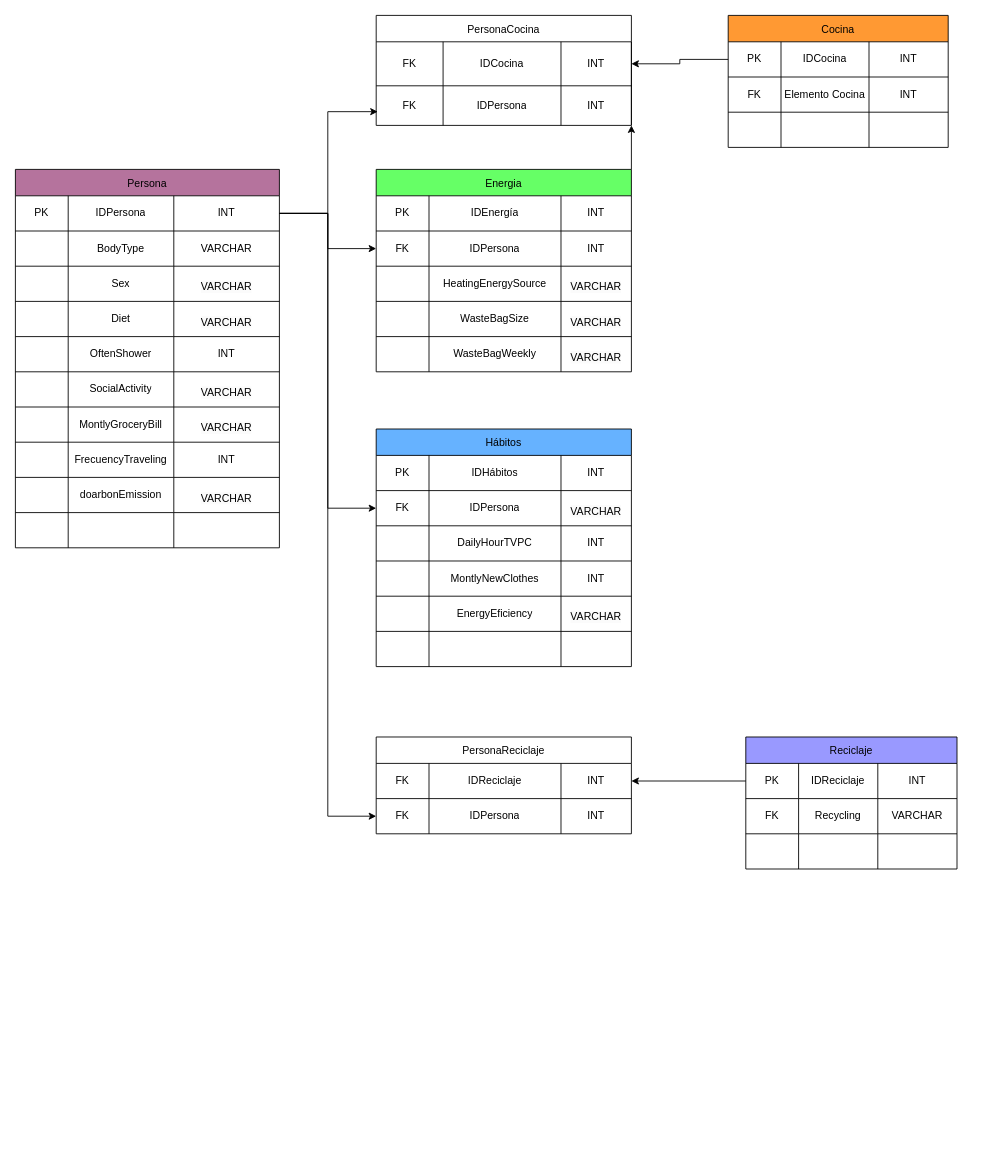
The draw.io diagram Diagrama sin título.drawio in ValentRodriguez/Bases, before the edit. Source tidied: cells renumbered, new cells numbered last; positions are measured from the earlier drawing's top-left corner, leaving out a move shared by most shapes. Both pictures are drawn from the tidied source at 88%, with x=0, y=0 at pixel (15, 15).
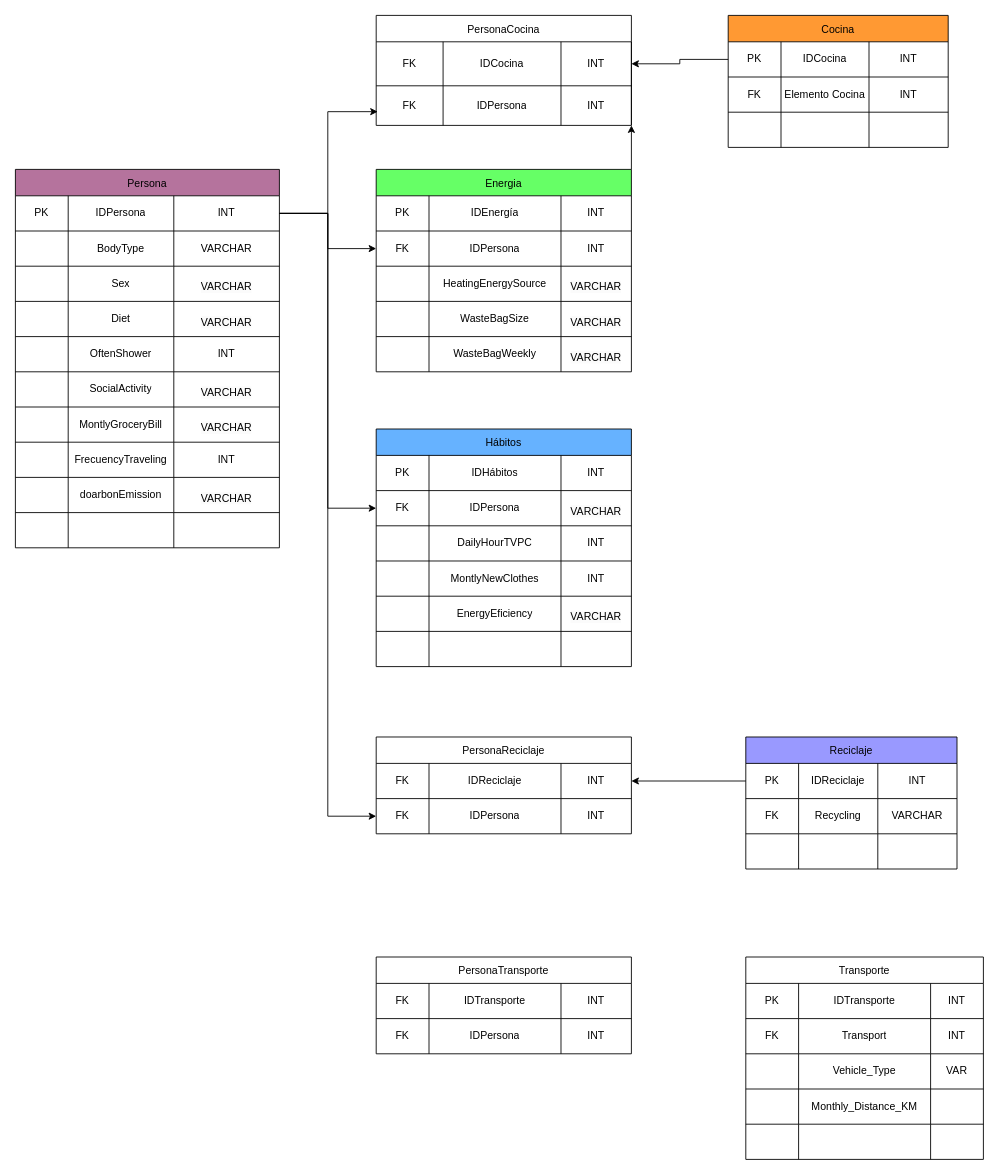
The same diagram, later.

Change to the diagram source:
```diff
@@
+    <mxCell id="141" value="PersonaTransporte" style="shape=table;startSize=30;childLayout=tableLayout;" parent="1" vertex="1">
+      <mxGeometry x="410" y="1070" width="290" height="110" as="geometry" />
+    </mxCell>
+    <mxCell id="142" style="shape=tableRow;horizontal=0;startSize=0;swimlaneHead=0;swimlaneBody=0;strokeColor=inherit;top=0;left=0;bottom=0;right=0;fillColor=none;" parent="141" vertex="1">
+      <mxGeometry y="30" width="290" height="40" as="geometry" />
+    </mxCell>
+    <mxCell id="143" value="FK" style="shape=partialRectangle;html=1;whiteSpace=wrap;strokeColor=inherit;overflow=hidden;fillColor=none;top=0;left=0;bottom=0;right=0;" parent="142" vertex="1">
+      <mxGeometry width="60" height="40" as="geometry" />
+    </mxCell>
+    <mxCell id="144" value="IDTransporte" style="shape=partialRectangle;html=1;whiteSpace=wrap;strokeColor=inherit;overflow=hidden;fillColor=none;top=0;left=0;bottom=0;right=0;" parent="142" vertex="1">
+      <mxGeometry x="60" width="150" height="40" as="geometry" />
+    </mxCell>
+    <mxCell id="145" value="INT" style="shape=partialRectangle;html=1;whiteSpace=wrap;strokeColor=inherit;overflow=hidden;fillColor=none;top=0;left=0;bottom=0;right=0;" parent="142" vertex="1">
+      <mxGeometry x="210" width="80" height="40" as="geometry" />
+    </mxCell>
+    <mxCell id="146" style="shape=tableRow;horizontal=0;startSize=0;swimlaneHead=0;swimlaneBody=0;strokeColor=inherit;top=0;left=0;bottom=0;right=0;fillColor=none;" parent="141" vertex="1">
+      <mxGeometry y="70" width="290" height="40" as="geometry" />
+    </mxCell>
+    <mxCell id="147" value="FK" style="shape=partialRectangle;html=1;whiteSpace=wrap;strokeColor=inherit;overflow=hidden;fillColor=none;top=0;left=0;bottom=0;right=0;" parent="146" vertex="1">
+      <mxGeometry width="60" height="40" as="geometry" />
+    </mxCell>
+    <mxCell id="148" value="IDPersona" style="shape=partialRectangle;html=1;whiteSpace=wrap;strokeColor=inherit;overflow=hidden;fillColor=none;top=0;left=0;bottom=0;right=0;" parent="146" vertex="1">
+      <mxGeometry x="60" width="150" height="40" as="geometry" />
+    </mxCell>
+    <mxCell id="149" value="INT" style="shape=partialRectangle;html=1;whiteSpace=wrap;strokeColor=inherit;overflow=hidden;fillColor=none;top=0;left=0;bottom=0;right=0;" parent="146" vertex="1">
+      <mxGeometry x="210" width="80" height="40" as="geometry" />
+    </mxCell>
+    <mxCell id="150" value="Transporte" style="shape=table;startSize=30;childLayout=tableLayout;" parent="1" vertex="1">
+      <mxGeometry x="830" y="1070" width="270" height="230" as="geometry" />
+    </mxCell>
+    <mxCell id="151" style="shape=tableRow;horizontal=0;startSize=0;swimlaneHead=0;swimlaneBody=0;strokeColor=inherit;top=0;left=0;bottom=0;right=0;fillColor=none;" parent="150" vertex="1">
+      <mxGeometry y="30" width="270" height="40" as="geometry" />
+    </mxCell>
+    <mxCell id="152" value="PK" style="shape=partialRectangle;html=1;whiteSpace=wrap;strokeColor=inherit;overflow=hidden;fillColor=none;top=0;left=0;bottom=0;right=0;" parent="151" vertex="1">
+      <mxGeometry width="60" height="40" as="geometry" />
+    </mxCell>
+    <mxCell id="153" value="IDTransporte" style="shape=partialRectangle;html=1;whiteSpace=wrap;strokeColor=inherit;overflow=hidden;fillColor=none;top=0;left=0;bottom=0;right=0;" parent="151" vertex="1">
+      <mxGeometry x="60" width="150" height="40" as="geometry" />
+    </mxCell>
+    <mxCell id="154" value="INT" style="shape=partialRectangle;html=1;whiteSpace=wrap;strokeColor=inherit;overflow=hidden;fillColor=none;top=0;left=0;bottom=0;right=0;" parent="151" vertex="1">
+      <mxGeometry x="210" width="60" height="40" as="geometry" />
+    </mxCell>
+    <mxCell id="155" style="shape=tableRow;horizontal=0;startSize=0;swimlaneHead=0;swimlaneBody=0;strokeColor=inherit;top=0;left=0;bottom=0;right=0;fillColor=none;" parent="150" vertex="1">
+      <mxGeometry y="70" width="270" height="40" as="geometry" />
+    </mxCell>
+    <mxCell id="156" value="FK" style="shape=partialRectangle;html=1;whiteSpace=wrap;strokeColor=inherit;overflow=hidden;fillColor=none;top=0;left=0;bottom=0;right=0;" parent="155" vertex="1">
+      <mxGeometry width="60" height="40" as="geometry" />
+    </mxCell>
+    <mxCell id="157" value="Transport" style="shape=partialRectangle;html=1;whiteSpace=wrap;strokeColor=inherit;overflow=hidden;fillColor=none;top=0;left=0;bottom=0;right=0;" parent="155" vertex="1">
+      <mxGeometry x="60" width="150" height="40" as="geometry" />
+    </mxCell>
+    <mxCell id="158" value="INT" style="shape=partialRectangle;html=1;whiteSpace=wrap;strokeColor=inherit;overflow=hidden;fillColor=none;top=0;left=0;bottom=0;right=0;" parent="155" vertex="1">
+      <mxGeometry x="210" width="60" height="40" as="geometry" />
+    </mxCell>
+    <mxCell id="159" style="shape=tableRow;horizontal=0;startSize=0;swimlaneHead=0;swimlaneBody=0;strokeColor=inherit;top=0;left=0;bottom=0;right=0;fillColor=none;" parent="150" vertex="1">
+      <mxGeometry y="110" width="270" height="40" as="geometry" />
+    </mxCell>
+    <mxCell id="160" style="shape=partialRectangle;html=1;whiteSpace=wrap;strokeColor=inherit;overflow=hidden;fillColor=none;top=0;left=0;bottom=0;right=0;" parent="159" vertex="1">
+      <mxGeometry width="60" height="40" as="geometry" />
+    </mxCell>
+    <mxCell id="161" value="Vehicle_Type" style="shape=partialRectangle;html=1;whiteSpace=wrap;strokeColor=inherit;overflow=hidden;fillColor=none;top=0;left=0;bottom=0;right=0;" parent="159" vertex="1">
+      <mxGeometry x="60" width="150" height="40" as="geometry" />
+    </mxCell>
+    <mxCell id="162" value="VAR" style="shape=partialRectangle;html=1;whiteSpace=wrap;strokeColor=inherit;overflow=hidden;fillColor=none;top=0;left=0;bottom=0;right=0;" parent="159" vertex="1">
+      <mxGeometry x="210" width="60" height="40" as="geometry" />
+    </mxCell>
+    <mxCell id="163" style="shape=tableRow;horizontal=0;startSize=0;swimlaneHead=0;swimlaneBody=0;strokeColor=inherit;top=0;left=0;bottom=0;right=0;fillColor=none;" parent="150" vertex="1">
+      <mxGeometry y="150" width="270" height="40" as="geometry" />
+    </mxCell>
+    <mxCell id="164" style="shape=partialRectangle;html=1;whiteSpace=wrap;strokeColor=inherit;overflow=hidden;fillColor=none;top=0;left=0;bottom=0;right=0;" parent="163" vertex="1">
+      <mxGeometry width="60" height="40" as="geometry" />
+    </mxCell>
+    <mxCell id="165" value="Monthly_Distance_KM" style="shape=partialRectangle;html=1;whiteSpace=wrap;strokeColor=inherit;overflow=hidden;fillColor=none;top=0;left=0;bottom=0;right=0;" parent="163" vertex="1">
+      <mxGeometry x="60" width="150" height="40" as="geometry" />
+    </mxCell>
+    <mxCell id="166" style="shape=partialRectangle;html=1;whiteSpace=wrap;strokeColor=inherit;overflow=hidden;fillColor=none;top=0;left=0;bottom=0;right=0;" parent="163" vertex="1">
+      <mxGeometry x="210" width="60" height="40" as="geometry" />
+    </mxCell>
+    <mxCell id="167" style="shape=tableRow;horizontal=0;startSize=0;swimlaneHead=0;swimlaneBody=0;strokeColor=inherit;top=0;left=0;bottom=0;right=0;fillColor=none;" parent="150" vertex="1">
+      <mxGeometry y="190" width="270" height="40" as="geometry" />
+    </mxCell>
+    <mxCell id="168" style="shape=partialRectangle;html=1;whiteSpace=wrap;strokeColor=inherit;overflow=hidden;fillColor=none;top=0;left=0;bottom=0;right=0;" parent="167" vertex="1">
+      <mxGeometry width="60" height="40" as="geometry" />
+    </mxCell>
+    <mxCell id="169" style="shape=partialRectangle;html=1;whiteSpace=wrap;strokeColor=inherit;overflow=hidden;fillColor=none;top=0;left=0;bottom=0;right=0;" parent="167" vertex="1">
+      <mxGeometry x="60" width="150" height="40" as="geometry" />
+    </mxCell>
+    <mxCell id="170" style="shape=partialRectangle;html=1;whiteSpace=wrap;strokeColor=inherit;overflow=hidden;fillColor=none;top=0;left=0;bottom=0;right=0;" parent="167" vertex="1">
+      <mxGeometry x="210" width="60" height="40" as="geometry" />
+    </mxCell>
```
